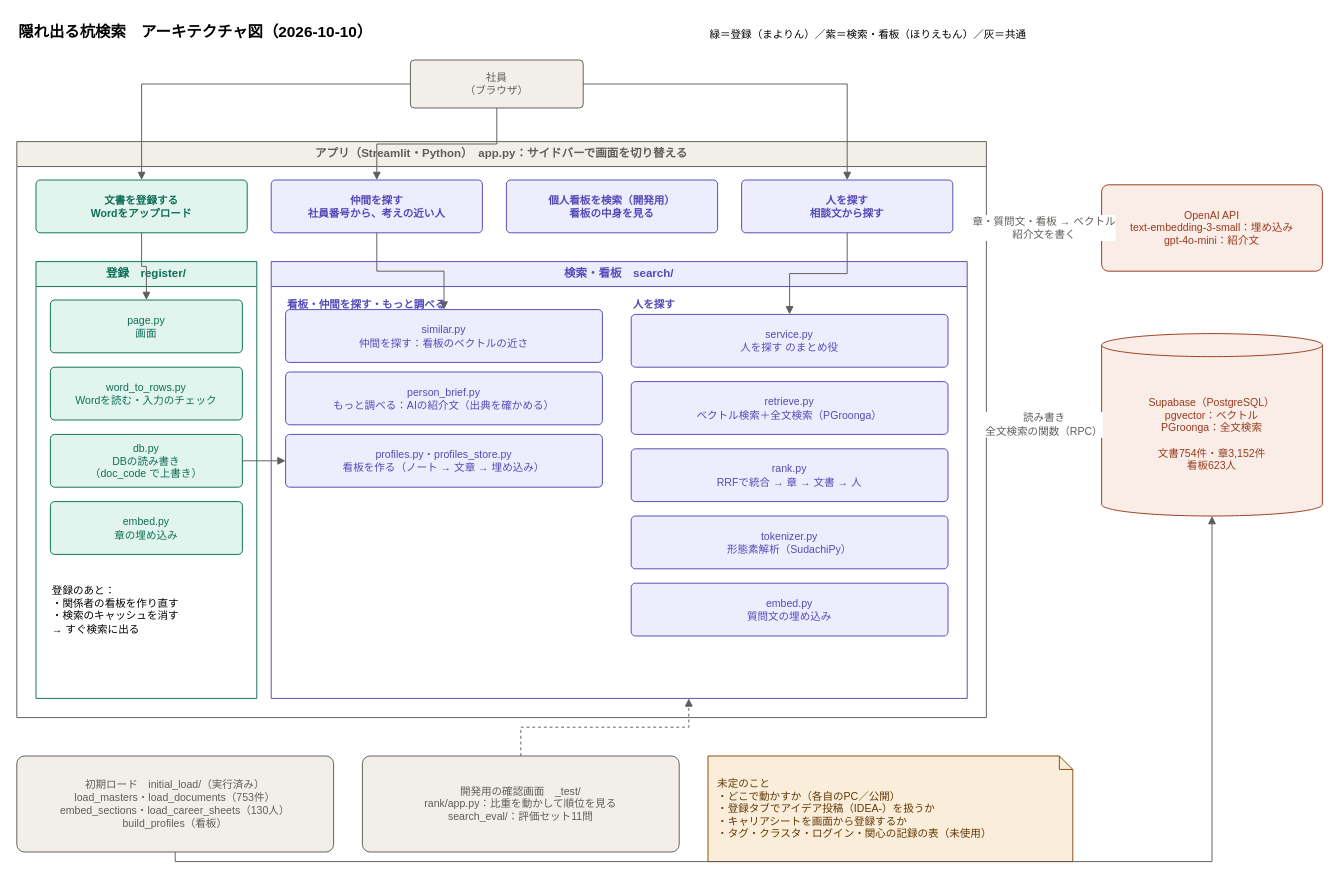
Above: page "アーキテクチャ" (1 of 2) of docs/architecture.drawio in emon0415/DATA-TRIANGLE_261013 (draw.io), before the change. Source tidied: cells renumbered, new cells numbered last; positions are measured from the earlier drawing's top-left corner, leaving out a move shared by most shapes. Both pictures are drawn from the tidied source at 96%, with x=0, y=0 at pixel (16, 16).
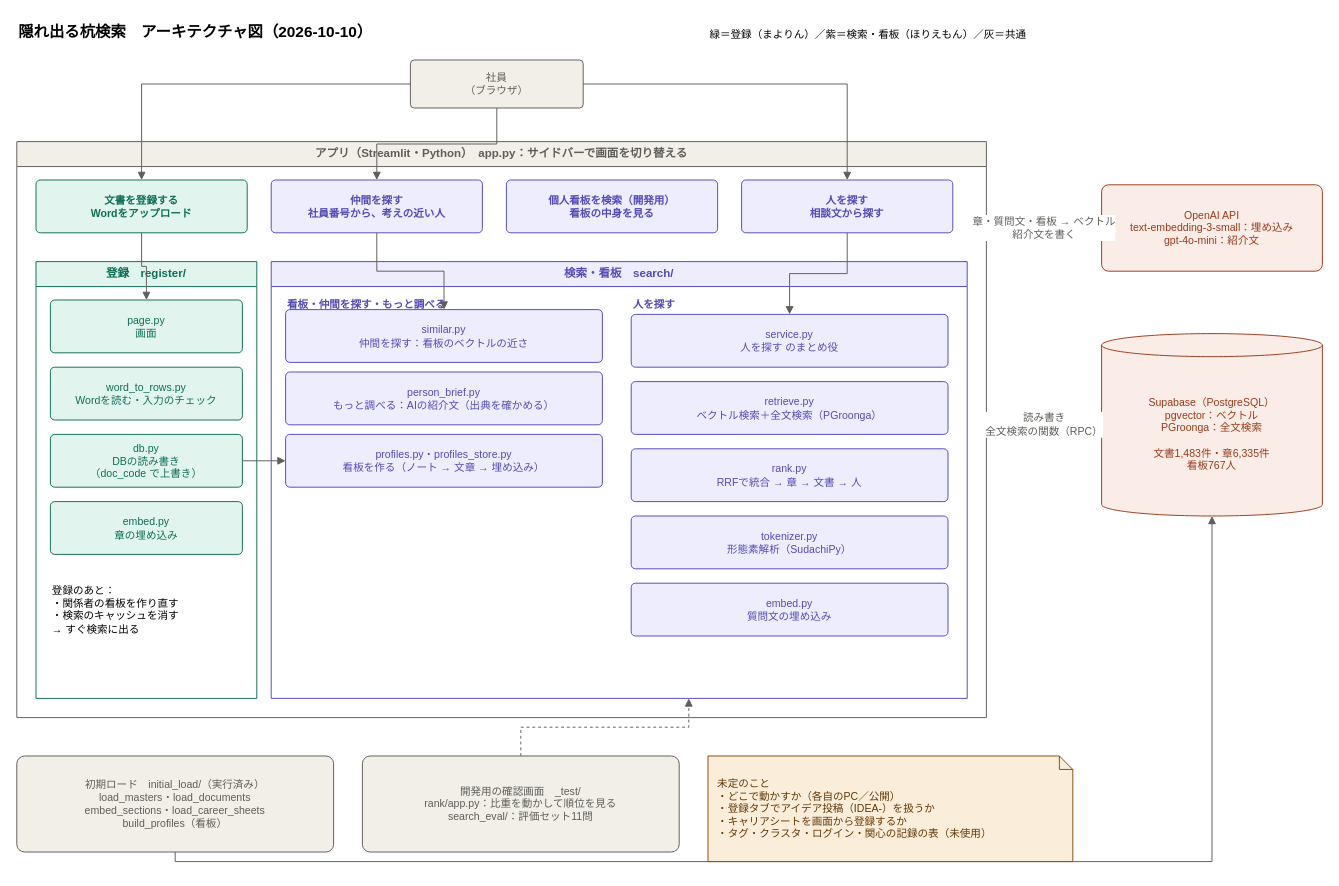
After the change.

What changed in the source:
```diff
@@
-    <mxCell id="27" value="Supabase（PostgreSQL）&lt;br&gt;pgvector：ベクトル&lt;br&gt;PGroonga：全文検索&lt;br&gt;&lt;br&gt;文書754件・章3,152件&lt;br&gt;看板623人" style="shape=cylinder3;boundedLbl=1;backgroundOutline=1;size=12;whiteSpace=wrap;html=1;fontSize=11;fillColor=#FAECE7;strokeColor=#993C1D;fontColor=#993C1D;" parent="1" vertex="1">
+    <mxCell id="27" value="Supabase（PostgreSQL）&lt;br&gt;pgvector：ベクトル&lt;br&gt;PGroonga：全文検索&lt;br&gt;&lt;br&gt;文書1,483件・章6,335件&lt;br&gt;看板767人" style="shape=cylinder3;boundedLbl=1;backgroundOutline=1;size=12;whiteSpace=wrap;html=1;fontSize=11;fillColor=#FAECE7;strokeColor=#993C1D;fontColor=#993C1D;" parent="1" vertex="1">
       <mxGeometry x="1130" y="330" width="230" height="190" as="geometry" />
     </mxCell>
@@
-    <mxCell id="29" value="初期ロード　initial_load/（実行済み）&lt;br&gt;load_masters・load_documents（753件）&lt;br&gt;embed_sections・load_career_sheets（130人）&lt;br&gt;build_profiles（看板）" style="rounded=1;arcSize=8;whiteSpace=wrap;html=1;fontSize=11;fillColor=#F1EFE8;strokeColor=#5F5E5A;fontColor=#5F5E5A;" parent="1" vertex="1">
+    <mxCell id="29" value="初期ロード　initial_load/（実行済み）&lt;br&gt;load_masters・load_documents&lt;br&gt;embed_sections・load_career_sheets&lt;br&gt;build_profiles（看板）" style="rounded=1;arcSize=8;whiteSpace=wrap;html=1;fontSize=11;fillColor=#F1EFE8;strokeColor=#5F5E5A;fontColor=#5F5E5A;" parent="1" vertex="1">
       <mxGeometry y="770" width="330" height="100" as="geometry" />
     </mxCell>
```
